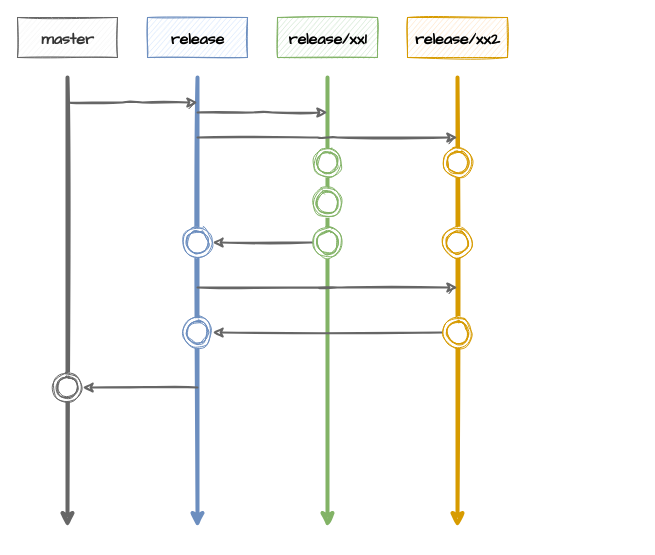
This is 分支管理.drawio from TryLoveCatch/charts, a draw.io file, before an edit. Source tidied: cells renumbered, new cells numbered last; positions are measured from the earlier drawing's top-left corner, leaving out a move shared by most shapes. Both pictures are drawn from the tidied source at 100%, with x=0, y=0 at pixel (17, 17).
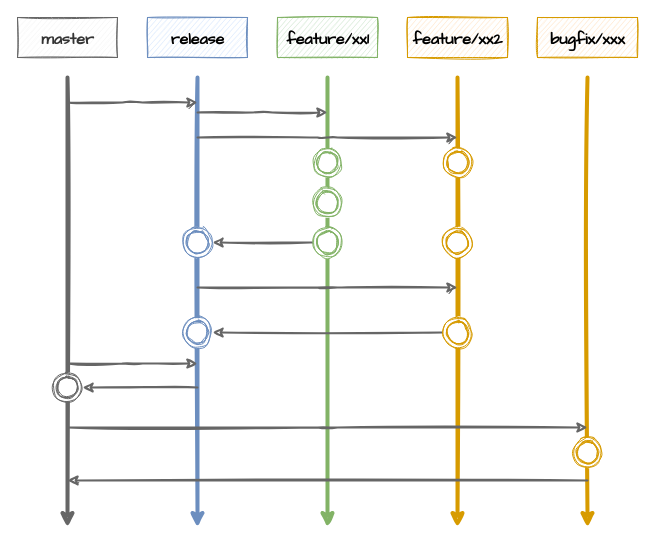
The same page after the edit.

Commit message:
更新分支管理.drawio

Diff of the diagram source:
```diff
@@
-    <mxCell id="7" value="&lt;font style=&quot;font-size: 16px&quot;&gt;release/xx1&lt;/font&gt;" style="text;strokeColor=#82b366;fillColor=#d5e8d4;html=1;fontSize=24;fontStyle=1;verticalAlign=middle;align=center;shadow=0;sketch=1;disableMultiStroke=0;disableMultiStrokeFill=0;fontFamily=Comic Sans MS;" parent="1" vertex="1">
+    <mxCell id="7" value="&lt;font style=&quot;font-size: 16px&quot;&gt;feature/xx1&lt;/font&gt;" style="text;strokeColor=#82b366;fillColor=#d5e8d4;html=1;fontSize=24;fontStyle=1;verticalAlign=middle;align=center;shadow=0;sketch=1;disableMultiStroke=0;disableMultiStrokeFill=0;fontFamily=Comic Sans MS;" parent="1" vertex="1">
       <mxGeometry x="260" width="100" height="40" as="geometry" />
     </mxCell>
@@
-    <mxCell id="9" value="&lt;span style=&quot;font-size: 16px&quot;&gt;release/xx2&lt;/span&gt;" style="text;strokeColor=#d79b00;fillColor=#ffe6cc;html=1;fontSize=24;fontStyle=1;verticalAlign=middle;align=center;shadow=0;sketch=1;disableMultiStroke=0;disableMultiStrokeFill=0;fontFamily=Comic Sans MS;" parent="1" vertex="1">
+    <mxCell id="9" value="&lt;span style=&quot;font-size: 16px&quot;&gt;feature/xx2&lt;/span&gt;" style="text;strokeColor=#d79b00;fillColor=#ffe6cc;html=1;fontSize=24;fontStyle=1;verticalAlign=middle;align=center;shadow=0;sketch=1;disableMultiStroke=0;disableMultiStrokeFill=0;fontFamily=Comic Sans MS;" parent="1" vertex="1">
       <mxGeometry x="390" width="100" height="40" as="geometry" />
     </mxCell>
@@
+    <mxCell id="26" style="endArrow=classic;html=1;strokeWidth=4;sketch=1;fillColor=#ffe6cc;strokeColor=#d79b00;" parent="1" edge="1">
+      <mxGeometry relative="1" as="geometry">
+        <mxPoint x="570" y="60" as="sourcePoint" />
+        <mxPoint x="570" y="510" as="targetPoint" />
+      </mxGeometry>
+    </mxCell>
+    <mxCell id="27" value="&lt;span style=&quot;font-size: 16px&quot;&gt;bugfix/xxx&lt;/span&gt;" style="text;strokeColor=#d79b00;fillColor=#ffe6cc;html=1;fontSize=24;fontStyle=1;verticalAlign=middle;align=center;shadow=0;sketch=1;disableMultiStroke=0;disableMultiStrokeFill=0;fontFamily=Comic Sans MS;" parent="1" vertex="1">
+      <mxGeometry x="520" width="100" height="40" as="geometry" />
+    </mxCell>
+    <mxCell id="28" style="ellipse;shape=doubleEllipse;whiteSpace=wrap;html=1;shadow=0;sketch=1;disableMultiStroke=0;disableMultiStrokeFill=0;fontFamily=Comic Sans MS;strokeColor=#d79b00;fillStyle=auto;" parent="1" vertex="1">
+      <mxGeometry x="555" y="420" width="30" height="30" as="geometry" />
+    </mxCell>
+    <mxCell id="29" style="edgeStyle=elbowEdgeStyle;elbow=horizontal;endArrow=classic;html=1;fontFamily=Comic Sans MS;strokeColor=#666666;strokeWidth=2;fillColor=#f5f5f5;sketch=1;" parent="1" edge="1">
+      <mxGeometry relative="1" as="geometry">
+        <mxPoint x="50" y="410" as="sourcePoint" />
+        <mxPoint x="570" y="410" as="targetPoint" />
+      </mxGeometry>
+    </mxCell>
+    <mxCell id="30" style="edgeStyle=none;sketch=1;orthogonalLoop=1;jettySize=auto;html=1;exitX=0;exitY=0.5;exitDx=0;exitDy=0;fontFamily=Comic Sans MS;strokeColor=#666666;strokeWidth=2;fillColor=#f5f5f5;" parent="1" edge="1">
+      <mxGeometry relative="1" as="geometry">
+        <mxPoint x="570" y="463" as="sourcePoint" />
+        <mxPoint x="50" y="463" as="targetPoint" />
+      </mxGeometry>
+    </mxCell>
+    <mxCell id="31" style="edgeStyle=elbowEdgeStyle;elbow=horizontal;endArrow=classic;html=1;fontFamily=Comic Sans MS;strokeColor=#666666;strokeWidth=2;fillColor=#f5f5f5;sketch=1;" parent="1" edge="1">
+      <mxGeometry relative="1" as="geometry">
+        <mxPoint x="50" y="346" as="sourcePoint" />
+        <mxPoint x="180" y="346" as="targetPoint" />
+      </mxGeometry>
+    </mxCell>
```
